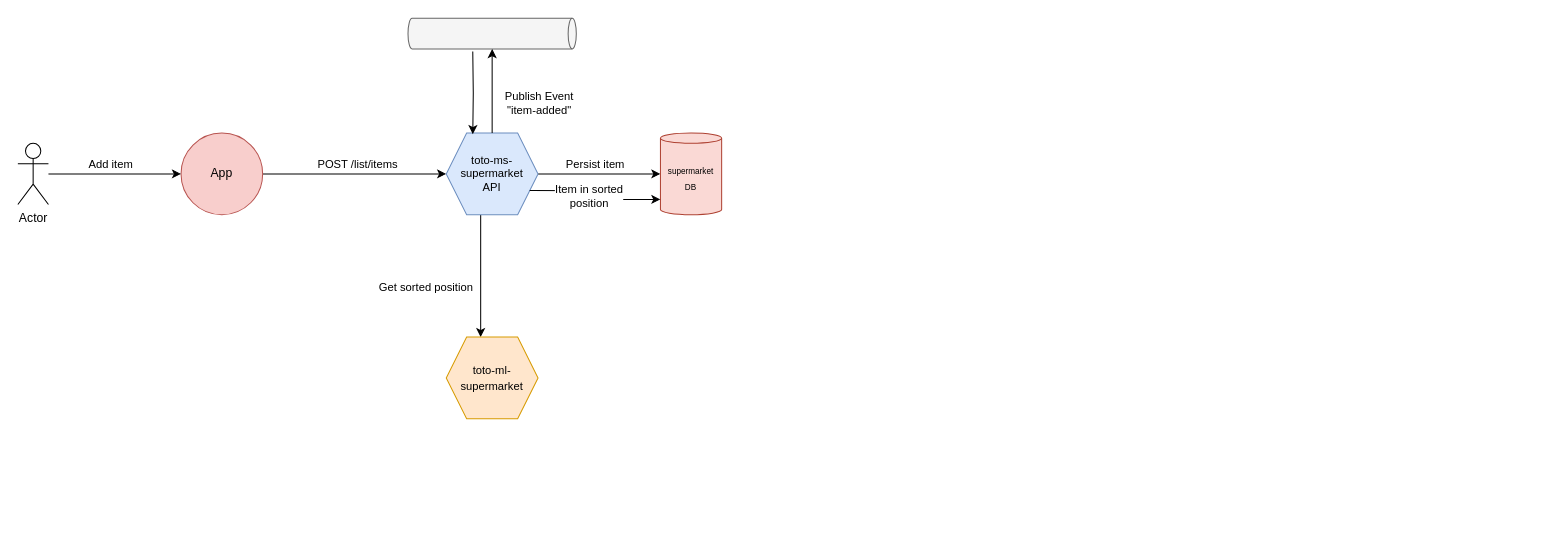
Above: page "Architecture" (1 of 2) of docs/diagrams/Architecture.drawio in nicolasances/toto-ms-supermarket (draw.io), before the change. Source tidied: cells renumbered, new cells numbered last; positions are measured from the earlier drawing's top-left corner, leaving out a move shared by most shapes. Both pictures are drawn from the tidied source at 102%, with x=0, y=0 at pixel (17, -51).
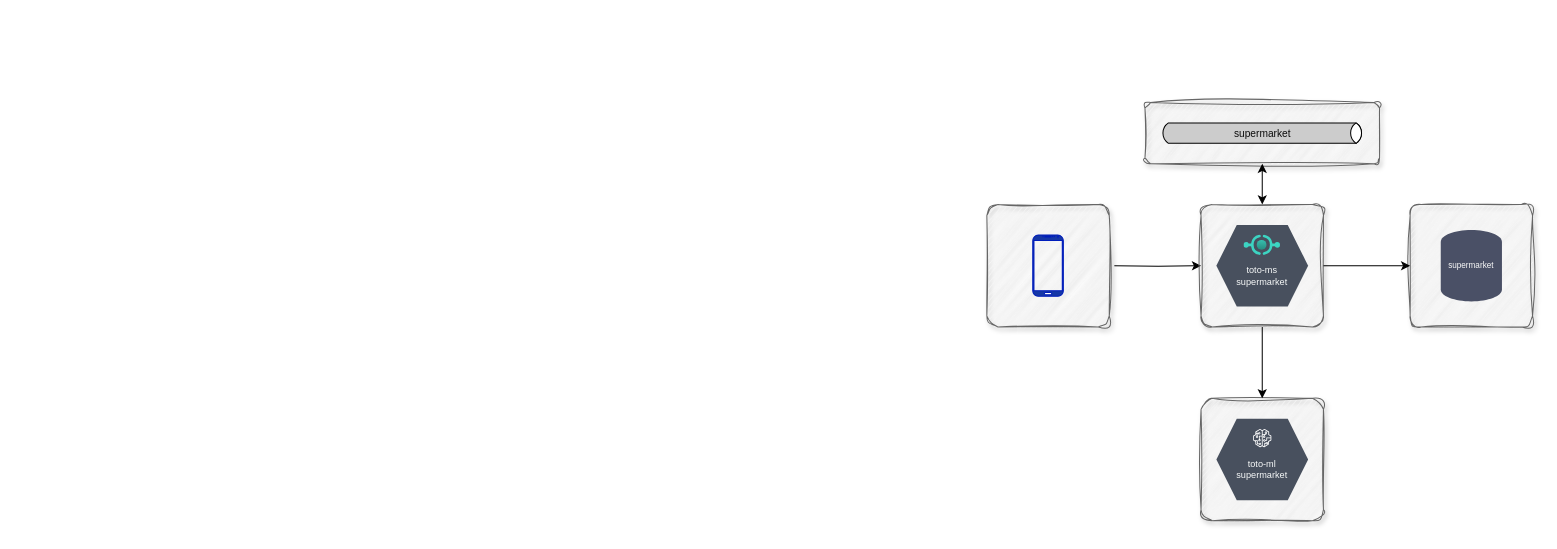
The same page after the edit.

Change to the diagram source:
```diff
@@
-    <mxCell id="2" style="edgeStyle=orthogonalEdgeStyle;rounded=0;jettySize=auto;html=1;exitX=1;exitY=0.5;exitDx=0;exitDy=0;" parent="1" edge="1" source="4" target="9">
-      <mxGeometry relative="1" as="geometry" />
-    </mxCell>
-    <mxCell id="3" value="POST /list/items" style="edgeLabel;html=1;align=center;verticalAlign=middle;" parent="2" vertex="1">
-      <mxGeometry x="0.02" y="-4" relative="1" as="geometry">
-        <mxPoint y="-14" as="offset" />
-      </mxGeometry>
-    </mxCell>
-    <mxCell id="4" value="App" style="ellipse;whiteSpace=wrap;html=1;fillColor=#f8cecc;strokeColor=#b85450;" parent="1" vertex="1">
-      <mxGeometry x="160" y="180" width="80" height="80" as="geometry" />
-    </mxCell>
-    <mxCell id="5" style="edgeStyle=orthogonalEdgeStyle;rounded=0;jettySize=auto;html=1;exitX=1;exitY=0.5;exitDx=0;exitDy=0;" parent="1" edge="1" source="9" target="14">
-      <mxGeometry relative="1" as="geometry" />
-    </mxCell>
-    <mxCell id="6" value="Persist item" style="edgeLabel;html=1;align=center;verticalAlign=middle;" parent="5" vertex="1">
-      <mxGeometry x="-0.08" relative="1" as="geometry">
-        <mxPoint y="-10" as="offset" />
-      </mxGeometry>
-    </mxCell>
-    <mxCell id="7" style="edgeStyle=orthogonalEdgeStyle;rounded=0;jettySize=auto;html=1;exitX=0.375;exitY=1;exitDx=0;exitDy=0;entryX=0.375;entryY=0;entryDx=0;entryDy=0;" parent="1" edge="1" source="9" target="10">
-      <mxGeometry relative="1" as="geometry" />
-    </mxCell>
-    <mxCell id="8" value="Get sorted position" style="edgeLabel;html=1;align=center;verticalAlign=middle;" parent="7" vertex="1">
-      <mxGeometry x="0.17" y="4" relative="1" as="geometry">
-        <mxPoint x="-58" as="offset" />
-      </mxGeometry>
-    </mxCell>
-    <mxCell id="9" value="&lt;div style=&quot;font-size: 11px;&quot;&gt;&lt;font style=&quot;font-size: 11px;&quot;&gt;toto-ms-supermarket&lt;/font&gt;&lt;/div&gt;&lt;div style=&quot;font-size: 11px;&quot;&gt;API&lt;/div&gt;" style="shape=hexagon;perimeter=hexagonPerimeter2;whiteSpace=wrap;html=1;fixedSize=1;fillColor=#dae8fc;strokeColor=#6c8ebf;" parent="1" vertex="1">
-      <mxGeometry x="420" y="180" width="90" height="80" as="geometry" />
-    </mxCell>
-    <mxCell id="10" value="&lt;font style=&quot;font-size: 11px;&quot;&gt;toto-ml-supermarket&lt;/font&gt;" style="shape=hexagon;perimeter=hexagonPerimeter2;whiteSpace=wrap;html=1;fixedSize=1;fillColor=#ffe6cc;strokeColor=#d79b00;" parent="1" vertex="1">
-      <mxGeometry x="420" y="380" width="90" height="80" as="geometry" />
-    </mxCell>
-    <mxCell id="11" style="edgeStyle=orthogonalEdgeStyle;rounded=0;jettySize=auto;html=1;entryX=0;entryY=0.5;entryDx=0;entryDy=0;" parent="1" edge="1" source="13" target="4">
-      <mxGeometry relative="1" as="geometry" />
-    </mxCell>
-    <mxCell id="12" value="Add item" style="edgeLabel;html=1;align=center;verticalAlign=middle;" parent="11" vertex="1">
-      <mxGeometry x="-0.08" relative="1" as="geometry">
-        <mxPoint y="-10" as="offset" />
-      </mxGeometry>
-    </mxCell>
-    <mxCell id="13" value="Actor" style="shape=umlActor;verticalLabelPosition=bottom;verticalAlign=top;html=1;outlineConnect=0;" parent="1" vertex="1">
-      <mxGeometry y="190" width="30" height="60" as="geometry" />
-    </mxCell>
-    <mxCell id="14" value="&lt;div&gt;&lt;font style=&quot;font-size: 8px;&quot;&gt;supermarket&lt;/font&gt;&lt;/div&gt;&lt;div&gt;&lt;font style=&quot;font-size: 8px;&quot;&gt;DB&lt;/font&gt;&lt;/div&gt;" style="shape=cylinder3;whiteSpace=wrap;html=1;boundedLbl=1;backgroundOutline=1;size=5;fillColor=#fad9d5;strokeColor=#ae4132;" parent="1" vertex="1">
-      <mxGeometry x="630" y="180" width="60" height="80" as="geometry" />
-    </mxCell>
-    <mxCell id="15" style="edgeStyle=orthogonalEdgeStyle;rounded=0;jettySize=auto;html=1;entryX=0.289;entryY=0.013;entryDx=0;entryDy=0;entryPerimeter=0;" parent="1" edge="1" target="9">
-      <mxGeometry relative="1" as="geometry">
-        <mxPoint x="446" y="100" as="sourcePoint" />
-      </mxGeometry>
-    </mxCell>
-    <mxCell id="16" style="shape=cylinder3;whiteSpace=wrap;html=1;boundedLbl=1;backgroundOutline=1;size=4;rotation=90;fillColor=#f5f5f5;fontColor=#333333;strokeColor=#666666;" parent="1" vertex="1">
-      <mxGeometry x="450" width="30" height="165" as="geometry" />
-    </mxCell>
-    <mxCell id="17" style="edgeStyle=orthogonalEdgeStyle;rounded=0;jettySize=auto;html=1;entryX=1;entryY=0.5;entryDx=0;entryDy=0;entryPerimeter=0;" parent="1" edge="1" source="9" target="16">
-      <mxGeometry relative="1" as="geometry" />
-    </mxCell>
-    <mxCell id="18" value="&lt;div&gt;Publish Event&lt;/div&gt;&lt;div&gt;&quot;item-added&quot;&lt;br&gt;&lt;/div&gt;" style="edgeLabel;html=1;align=center;verticalAlign=middle;" parent="17" vertex="1">
-      <mxGeometry x="-0.49" y="1" relative="1" as="geometry">
-        <mxPoint x="46" y="-9" as="offset" />
-      </mxGeometry>
-    </mxCell>
-    <mxCell id="19" style="edgeStyle=orthogonalEdgeStyle;rounded=0;jettySize=auto;html=1;exitX=1;exitY=0.75;exitDx=0;exitDy=0;entryX=0;entryY=1;entryDx=0;entryDy=-15;entryPerimeter=0;" parent="1" edge="1" source="9" target="14">
-      <mxGeometry relative="1" as="geometry" />
-    </mxCell>
-    <mxCell id="20" value="&lt;div&gt;Item in sorted&lt;/div&gt;&lt;div&gt;position&lt;/div&gt;" style="edgeLabel;html=1;align=center;verticalAlign=middle;" parent="19" vertex="1">
-      <mxGeometry x="-0.12" y="-5" relative="1" as="geometry">
-        <mxPoint x="-2" as="offset" />
-      </mxGeometry>
-    </mxCell>
+    <mxCell id="21" style="whiteSpace=wrap;html=1;fillColor=#f5f5f5;rounded=1;shadow=1;fontColor=#333333;strokeColor=#666666;arcSize=9;glass=0;sketch=1;curveFitting=1;jiggle=2;" parent="1" vertex="1">
+      <mxGeometry x="950" y="250" width="120" height="120" as="geometry" />
+    </mxCell>
+    <mxCell id="22" style="edgeStyle=orthogonalEdgeStyle;rounded=0;jettySize=auto;html=1;entryX=0;entryY=0.5;entryDx=0;entryDy=0;" parent="1" edge="1" target="25">
+      <mxGeometry relative="1" as="geometry">
+        <mxPoint x="1075" y="310" as="sourcePoint" />
+      </mxGeometry>
+    </mxCell>
+    <mxCell id="23" style="verticalLabelPosition=bottom;verticalAlign=top;html=1;shadow=0;dashed=0;strokeWidth=1;shape=mxgraph.android.phone2;strokeColor=#001DBC;fillColor=#1537a6;fontColor=#ffffff;" parent="1" vertex="1">
+      <mxGeometry x="995" y="280" width="30" height="60" as="geometry" />
+    </mxCell>
+    <mxCell id="24" style="group;rounded=1;arcSize=14;" parent="1" vertex="1">
+      <mxGeometry x="1175" y="270" width="115" height="110" as="geometry" />
+    </mxCell>
+    <mxCell id="25" style="whiteSpace=wrap;html=1;fillColor=#f5f5f5;rounded=1;shadow=1;fontColor=#333333;strokeColor=#666666;arcSize=9;glass=0;sketch=1;curveFitting=1;jiggle=2;" parent="24" vertex="1">
+      <mxGeometry x="-15" y="-20" width="120" height="120" as="geometry" />
+    </mxCell>
+    <mxCell id="26" value="&lt;div style=&quot;font-size: 9px;&quot;&gt;&lt;font style=&quot;font-size: 9px;&quot;&gt;toto-ms&lt;/font&gt;&lt;/div&gt;&lt;div style=&quot;font-size: 9px;&quot;&gt;&lt;font style=&quot;font-size: 9px;&quot;&gt;supermarket&lt;font style=&quot;font-size: 9px;&quot;&gt;&lt;br style=&quot;font-size: 9px;&quot;&gt;&lt;/font&gt;&lt;/font&gt;&lt;/div&gt;" style="shape=hexagon;perimeter=hexagonPerimeter2;whiteSpace=wrap;html=1;fixedSize=1;fillColor=#48505E;strokeColor=none;fontColor=#f8fafa;verticalAlign=bottom;spacingBottom=16;fontSize=9;" parent="24" vertex="1">
+      <mxGeometry width="90" height="80" as="geometry" />
+    </mxCell>
+    <mxCell id="27" style="image;html=1;align=center;fontSize=12;image=img/lib/azure2/other/API_Proxy.svg;imageBackground=none;" parent="24" vertex="1">
+      <mxGeometry x="27.1" y="10" width="35.8" height="20" as="geometry" />
+    </mxCell>
+    <mxCell id="28" style="group;rounded=1;arcSize=14;" parent="1" vertex="1">
+      <mxGeometry x="1175" y="460" width="115" height="110" as="geometry" />
+    </mxCell>
+    <mxCell id="29" style="whiteSpace=wrap;html=1;fillColor=#f5f5f5;rounded=1;shadow=1;fontColor=#333333;strokeColor=#666666;arcSize=9;glass=0;sketch=1;curveFitting=1;jiggle=2;" parent="28" vertex="1">
+      <mxGeometry x="-15" y="-20" width="120" height="120" as="geometry" />
+    </mxCell>
+    <mxCell id="30" style="group;" parent="28" vertex="1">
+      <mxGeometry width="90" height="80" as="geometry" />
+    </mxCell>
+    <mxCell id="31" value="&lt;div style=&quot;font-size: 9px;&quot;&gt;&lt;font style=&quot;font-size: 9px;&quot;&gt;toto-ml&lt;/font&gt;&lt;/div&gt;&lt;div style=&quot;font-size: 9px;&quot;&gt;&lt;font style=&quot;font-size: 9px;&quot;&gt;supermarket&lt;font style=&quot;font-size: 9px;&quot;&gt;&lt;br style=&quot;font-size: 9px;&quot;&gt;&lt;/font&gt;&lt;/font&gt;&lt;/div&gt;" style="shape=hexagon;perimeter=hexagonPerimeter2;whiteSpace=wrap;html=1;fixedSize=1;fillColor=#48505E;strokeColor=none;fontColor=#f8fafa;verticalAlign=bottom;spacingBottom=16;fontSize=9;" parent="30" vertex="1">
+      <mxGeometry width="90" height="80" as="geometry" />
+    </mxCell>
+    <mxCell id="32" style="sketch=0;dashed=0;verticalLabelPosition=bottom;verticalAlign=top;align=center;html=1;fontSize=12;fontStyle=0;shape=mxgraph.aws4.sagemaker_model;" parent="30" vertex="1">
+      <mxGeometry x="36" y="10" width="18" height="18" as="geometry" />
+    </mxCell>
+    <mxCell id="33" style="group;verticalAlign=top;" parent="1" vertex="1">
+      <mxGeometry x="1105" y="150" width="230" height="60" as="geometry" />
+    </mxCell>
+    <mxCell id="34" style="whiteSpace=wrap;html=1;fillColor=#f5f5f5;rounded=1;shadow=1;fontColor=#333333;strokeColor=#666666;arcSize=9;glass=0;sketch=1;curveFitting=1;jiggle=2;imageAspect=0;imageHeight=67;perimeterSpacing=0;" parent="33" vertex="1">
+      <mxGeometry width="230" height="60" as="geometry" />
+    </mxCell>
+    <mxCell id="35" value="&lt;font color=&quot;#0c0c0c&quot; style=&quot;font-size: 10px;&quot;&gt;supermarket&lt;/font&gt;" style="html=1;fillColor=#CCCCCC;strokeColor=default;gradientColor=none;gradientDirection=north;strokeWidth=1;shape=mxgraph.networks.bus;gradientColor=none;gradientDirection=north;fontColor=#ffffff;perimeter=backbonePerimeter;backboneSize=20;shadow=0;fontSize=10;" parent="33" vertex="1">
+      <mxGeometry x="15" y="20" width="200" height="20" as="geometry" />
+    </mxCell>
+    <mxCell id="36" style="edgeStyle=orthogonalEdgeStyle;rounded=0;jettySize=auto;html=1;entryX=0.5;entryY=0;entryDx=0;entryDy=0;" parent="1" edge="1" source="25" target="29">
+      <mxGeometry relative="1" as="geometry" />
+    </mxCell>
+    <mxCell id="37" style="whiteSpace=wrap;html=1;fillColor=#f5f5f5;rounded=1;shadow=1;fontColor=#333333;strokeColor=#666666;arcSize=9;glass=0;sketch=1;curveFitting=1;jiggle=2;" parent="1" vertex="1">
+      <mxGeometry x="1365" y="250" width="120" height="120" as="geometry" />
+    </mxCell>
+    <mxCell id="38" value="supermarket" style="strokeWidth=2;html=1;shape=mxgraph.flowchart.database;whiteSpace=wrap;fontSize=8;fillColor=#4a5066;strokeColor=none;fontColor=#fafafa;" parent="1" vertex="1">
+      <mxGeometry x="1395" y="275" width="60" height="70" as="geometry" />
+    </mxCell>
+    <mxCell id="39" style="edgeStyle=orthogonalEdgeStyle;rounded=0;jettySize=auto;html=1;" parent="1" edge="1" source="25" target="37">
+      <mxGeometry relative="1" as="geometry" />
+    </mxCell>
+    <mxCell id="40" style="edgeStyle=orthogonalEdgeStyle;rounded=0;jettySize=auto;html=1;exitX=0.5;exitY=0;exitDx=0;exitDy=0;entryX=0.5;entryY=1;entryDx=0;entryDy=0;startArrow=classic;startFill=1;" parent="1" edge="1" source="25" target="34">
+      <mxGeometry relative="1" as="geometry" />
+    </mxCell>
```
